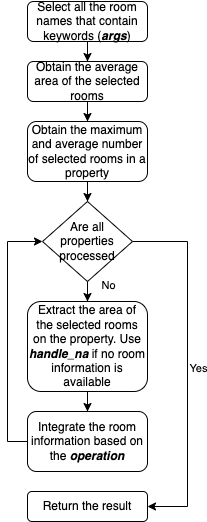
Earlier version of the draw.io export Final Report/figures/extract_room_get_rooms.png (luowx0905/Individual-Project). Source tidied: cells renumbered, new cells last; positions are measured from the earlier drawing's top-left corner, leaving out a move shared by most shapes. Source of this version:
```xml
<mxGraphModel>
  <root>
    <mxCell id="0" />
    <mxCell id="1" parent="0" />
    <mxCell id="2" style="edgeStyle=orthogonalEdgeStyle;rounded=0;jettySize=auto;html=1;entryX=0.5;entryY=0;entryDx=0;entryDy=0;" parent="1" edge="1" source="3" target="5">
      <mxGeometry relative="1" as="geometry" />
    </mxCell>
    <mxCell id="3" value="Select all the room names that contain keywords (&lt;i&gt;&lt;b&gt;args&lt;/b&gt;&lt;/i&gt;)" style="rounded=1;whiteSpace=wrap;html=1;fontSize=12;glass=0;strokeWidth=1;shadow=0;" parent="1" vertex="1">
      <mxGeometry x="20" width="120" height="40" as="geometry" />
    </mxCell>
    <mxCell id="4" style="edgeStyle=orthogonalEdgeStyle;rounded=0;jettySize=auto;html=1;entryX=0.5;entryY=0;entryDx=0;entryDy=0;" parent="1" edge="1" source="5" target="7">
      <mxGeometry relative="1" as="geometry" />
    </mxCell>
    <mxCell id="5" value="Obtain the average area of the selected rooms" style="rounded=1;whiteSpace=wrap;html=1;" parent="1" vertex="1">
      <mxGeometry x="20" y="60" width="120" height="40" as="geometry" />
    </mxCell>
    <mxCell id="6" style="edgeStyle=orthogonalEdgeStyle;rounded=0;jettySize=auto;html=1;entryX=0.5;entryY=0;entryDx=0;entryDy=0;" parent="1" edge="1" source="7" target="12">
      <mxGeometry relative="1" as="geometry" />
    </mxCell>
    <mxCell id="7" value="Obtain the maximum and average number of selected rooms in a property" style="rounded=1;whiteSpace=wrap;html=1;" parent="1" vertex="1">
      <mxGeometry x="20" y="120" width="120" height="60" as="geometry" />
    </mxCell>
    <mxCell id="8" style="edgeStyle=orthogonalEdgeStyle;rounded=0;jettySize=auto;html=1;" parent="1" edge="1" source="12" target="14">
      <mxGeometry relative="1" as="geometry" />
    </mxCell>
    <mxCell id="9" value="No" style="edgeLabel;html=1;align=center;verticalAlign=middle;" parent="8" vertex="1">
      <mxGeometry x="-0.38" y="1" relative="1" as="geometry">
        <mxPoint x="19" y="-16" as="offset" />
      </mxGeometry>
    </mxCell>
    <mxCell id="10" style="edgeStyle=orthogonalEdgeStyle;rounded=0;jettySize=auto;html=1;" parent="1" edge="1" source="12" target="17">
      <mxGeometry relative="1" as="geometry">
        <Array as="points">
          <mxPoint x="180" y="240" />
          <mxPoint x="180" y="505" />
        </Array>
      </mxGeometry>
    </mxCell>
    <mxCell id="11" value="Yes" style="edgeLabel;html=1;align=center;verticalAlign=middle;" parent="10" vertex="1">
      <mxGeometry x="0.01" y="3" relative="1" as="geometry">
        <mxPoint x="7" as="offset" />
      </mxGeometry>
    </mxCell>
    <mxCell id="12" value="Are all properties processed" style="rhombus;whiteSpace=wrap;html=1;" parent="1" vertex="1">
      <mxGeometry x="35" y="200" width="90" height="80" as="geometry" />
    </mxCell>
    <mxCell id="13" style="edgeStyle=orthogonalEdgeStyle;rounded=0;jettySize=auto;html=1;" parent="1" edge="1" source="14" target="16">
      <mxGeometry relative="1" as="geometry" />
    </mxCell>
    <mxCell id="14" value="Extract the area of the selected rooms on the property. Use &lt;b&gt;&lt;i&gt;handle_na&lt;/i&gt;&lt;/b&gt; if no room information is available" style="rounded=1;whiteSpace=wrap;html=1;" parent="1" vertex="1">
      <mxGeometry x="20" y="300" width="120" height="90" as="geometry" />
    </mxCell>
    <mxCell id="15" style="edgeStyle=orthogonalEdgeStyle;rounded=0;jettySize=auto;html=1;entryX=0;entryY=0.5;entryDx=0;entryDy=0;" parent="1" edge="1" source="16" target="12">
      <mxGeometry relative="1" as="geometry">
        <Array as="points">
          <mxPoint y="440" />
          <mxPoint y="240" />
        </Array>
      </mxGeometry>
    </mxCell>
    <mxCell id="16" value="Integrate the room information based on the &lt;i&gt;&lt;b&gt;operation&lt;/b&gt;&lt;/i&gt;" style="rounded=1;whiteSpace=wrap;html=1;" parent="1" vertex="1">
      <mxGeometry x="20" y="410" width="120" height="60" as="geometry" />
    </mxCell>
    <mxCell id="17" value="Return the result" style="rounded=1;whiteSpace=wrap;html=1;" parent="1" vertex="1">
      <mxGeometry x="20" y="490" width="120" height="30" as="geometry" />
    </mxCell>
  </root>
</mxGraphModel>
```
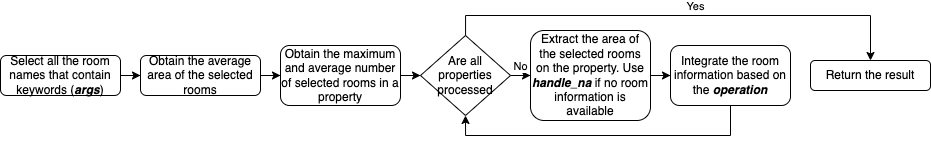
Later version of the same file.

The edit, as a diff of the source:
```diff
@@ -2,67 +2,67 @@
   <root>
     <mxCell id="0" />
     <mxCell id="1" parent="0" />
-    <mxCell id="2" style="edgeStyle=orthogonalEdgeStyle;rounded=0;jettySize=auto;html=1;entryX=0.5;entryY=0;entryDx=0;entryDy=0;" parent="1" edge="1" source="3" target="5">
+    <mxCell id="2" style="edgeStyle=orthogonalEdgeStyle;rounded=0;jettySize=auto;html=1;" parent="1" edge="1" source="3" target="5">
       <mxGeometry relative="1" as="geometry" />
     </mxCell>
     <mxCell id="3" value="Select all the room names that contain keywords (&lt;i&gt;&lt;b&gt;args&lt;/b&gt;&lt;/i&gt;)" style="rounded=1;whiteSpace=wrap;html=1;fontSize=12;glass=0;strokeWidth=1;shadow=0;" parent="1" vertex="1">
-      <mxGeometry x="20" width="120" height="40" as="geometry" />
+      <mxGeometry x="-80" y="50" width="120" height="40" as="geometry" />
     </mxCell>
-    <mxCell id="4" style="edgeStyle=orthogonalEdgeStyle;rounded=0;jettySize=auto;html=1;entryX=0.5;entryY=0;entryDx=0;entryDy=0;" parent="1" edge="1" source="5" target="7">
+    <mxCell id="4" style="edgeStyle=orthogonalEdgeStyle;rounded=0;jettySize=auto;html=1;" parent="1" edge="1" source="5" target="7">
       <mxGeometry relative="1" as="geometry" />
     </mxCell>
     <mxCell id="5" value="Obtain the average area of the selected rooms" style="rounded=1;whiteSpace=wrap;html=1;" parent="1" vertex="1">
-      <mxGeometry x="20" y="60" width="120" height="40" as="geometry" />
+      <mxGeometry x="60" y="50" width="120" height="40" as="geometry" />
     </mxCell>
-    <mxCell id="6" style="edgeStyle=orthogonalEdgeStyle;rounded=0;jettySize=auto;html=1;entryX=0.5;entryY=0;entryDx=0;entryDy=0;" parent="1" edge="1" source="7" target="12">
+    <mxCell id="6" style="edgeStyle=orthogonalEdgeStyle;rounded=0;jettySize=auto;html=1;" parent="1" edge="1" source="7" target="12">
       <mxGeometry relative="1" as="geometry" />
     </mxCell>
     <mxCell id="7" value="Obtain the maximum and average number of selected rooms in a property" style="rounded=1;whiteSpace=wrap;html=1;" parent="1" vertex="1">
-      <mxGeometry x="20" y="120" width="120" height="60" as="geometry" />
+      <mxGeometry x="200" y="40" width="120" height="60" as="geometry" />
     </mxCell>
     <mxCell id="8" style="edgeStyle=orthogonalEdgeStyle;rounded=0;jettySize=auto;html=1;" parent="1" edge="1" source="12" target="14">
       <mxGeometry relative="1" as="geometry" />
     </mxCell>
     <mxCell id="9" value="No" style="edgeLabel;html=1;align=center;verticalAlign=middle;" parent="8" vertex="1">
-      <mxGeometry x="-0.38" y="1" relative="1" as="geometry">
-        <mxPoint x="19" y="-16" as="offset" />
+      <mxGeometry x="0.03" y="2" relative="1" as="geometry">
+        <mxPoint y="-12" as="offset" />
       </mxGeometry>
     </mxCell>
-    <mxCell id="10" style="edgeStyle=orthogonalEdgeStyle;rounded=0;jettySize=auto;html=1;" parent="1" edge="1" source="12" target="17">
+    <mxCell id="10" style="edgeStyle=orthogonalEdgeStyle;rounded=0;jettySize=auto;html=1;entryX=0.5;entryY=0;entryDx=0;entryDy=0;" parent="1" edge="1" source="12" target="17">
       <mxGeometry relative="1" as="geometry">
         <Array as="points">
-          <mxPoint x="180" y="240" />
-          <mxPoint x="180" y="505" />
+          <mxPoint x="385" y="10" />
+          <mxPoint x="790" y="10" />
         </Array>
       </mxGeometry>
     </mxCell>
     <mxCell id="11" value="Yes" style="edgeLabel;html=1;align=center;verticalAlign=middle;" parent="10" vertex="1">
-      <mxGeometry x="0.01" y="3" relative="1" as="geometry">
-        <mxPoint x="7" as="offset" />
+      <mxGeometry x="0.06" y="1" relative="1" as="geometry">
+        <mxPoint y="-9" as="offset" />
       </mxGeometry>
     </mxCell>
     <mxCell id="12" value="Are all properties processed" style="rhombus;whiteSpace=wrap;html=1;" parent="1" vertex="1">
-      <mxGeometry x="35" y="200" width="90" height="80" as="geometry" />
+      <mxGeometry x="340" y="30" width="90" height="80" as="geometry" />
     </mxCell>
     <mxCell id="13" style="edgeStyle=orthogonalEdgeStyle;rounded=0;jettySize=auto;html=1;" parent="1" edge="1" source="14" target="16">
       <mxGeometry relative="1" as="geometry" />
     </mxCell>
     <mxCell id="14" value="Extract the area of the selected rooms on the property. Use &lt;b&gt;&lt;i&gt;handle_na&lt;/i&gt;&lt;/b&gt; if no room information is available" style="rounded=1;whiteSpace=wrap;html=1;" parent="1" vertex="1">
-      <mxGeometry x="20" y="300" width="120" height="90" as="geometry" />
+      <mxGeometry x="450" y="25" width="120" height="90" as="geometry" />
     </mxCell>
-    <mxCell id="15" style="edgeStyle=orthogonalEdgeStyle;rounded=0;jettySize=auto;html=1;entryX=0;entryY=0.5;entryDx=0;entryDy=0;" parent="1" edge="1" source="16" target="12">
+    <mxCell id="15" style="edgeStyle=orthogonalEdgeStyle;rounded=0;jettySize=auto;html=1;entryX=0.5;entryY=1;entryDx=0;entryDy=0;" parent="1" edge="1" source="16" target="12">
       <mxGeometry relative="1" as="geometry">
         <Array as="points">
-          <mxPoint y="440" />
-          <mxPoint y="240" />
+          <mxPoint x="650" y="130" />
+          <mxPoint x="385" y="130" />
         </Array>
       </mxGeometry>
     </mxCell>
     <mxCell id="16" value="Integrate the room information based on the &lt;i&gt;&lt;b&gt;operation&lt;/b&gt;&lt;/i&gt;" style="rounded=1;whiteSpace=wrap;html=1;" parent="1" vertex="1">
-      <mxGeometry x="20" y="410" width="120" height="60" as="geometry" />
+      <mxGeometry x="590" y="40" width="120" height="60" as="geometry" />
     </mxCell>
     <mxCell id="17" value="Return the result" style="rounded=1;whiteSpace=wrap;html=1;" parent="1" vertex="1">
-      <mxGeometry x="20" y="490" width="120" height="30" as="geometry" />
+      <mxGeometry x="730" y="55" width="120" height="30" as="geometry" />
     </mxCell>
   </root>
 </mxGraphModel>
```
